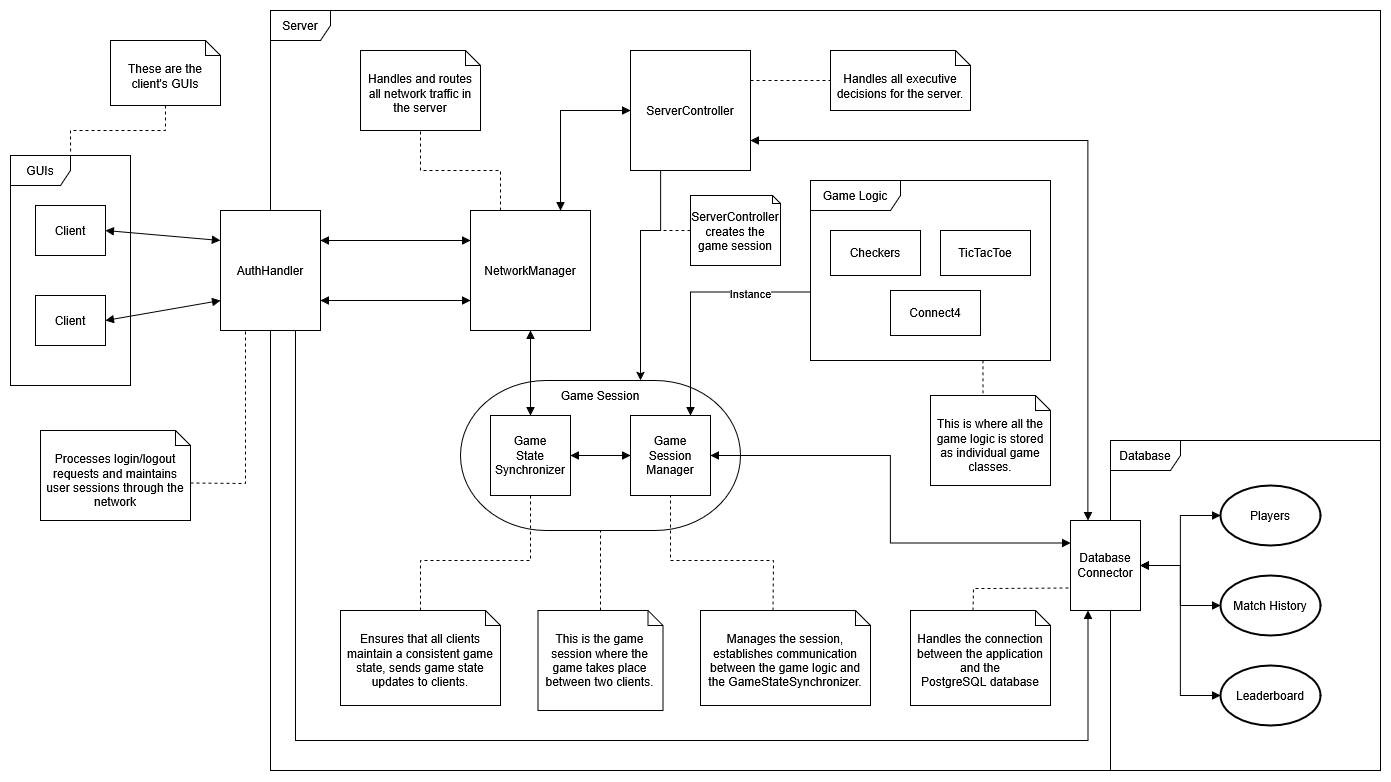
The draw.io diagram networking_documents/diagrams/networking_overview.png in illiteratewaffle/RetroArcade, before a commit. Source tidied: cells renumbered, new cells last; positions are measured from the earlier drawing's top-left corner, leaving out a move shared by most shapes.
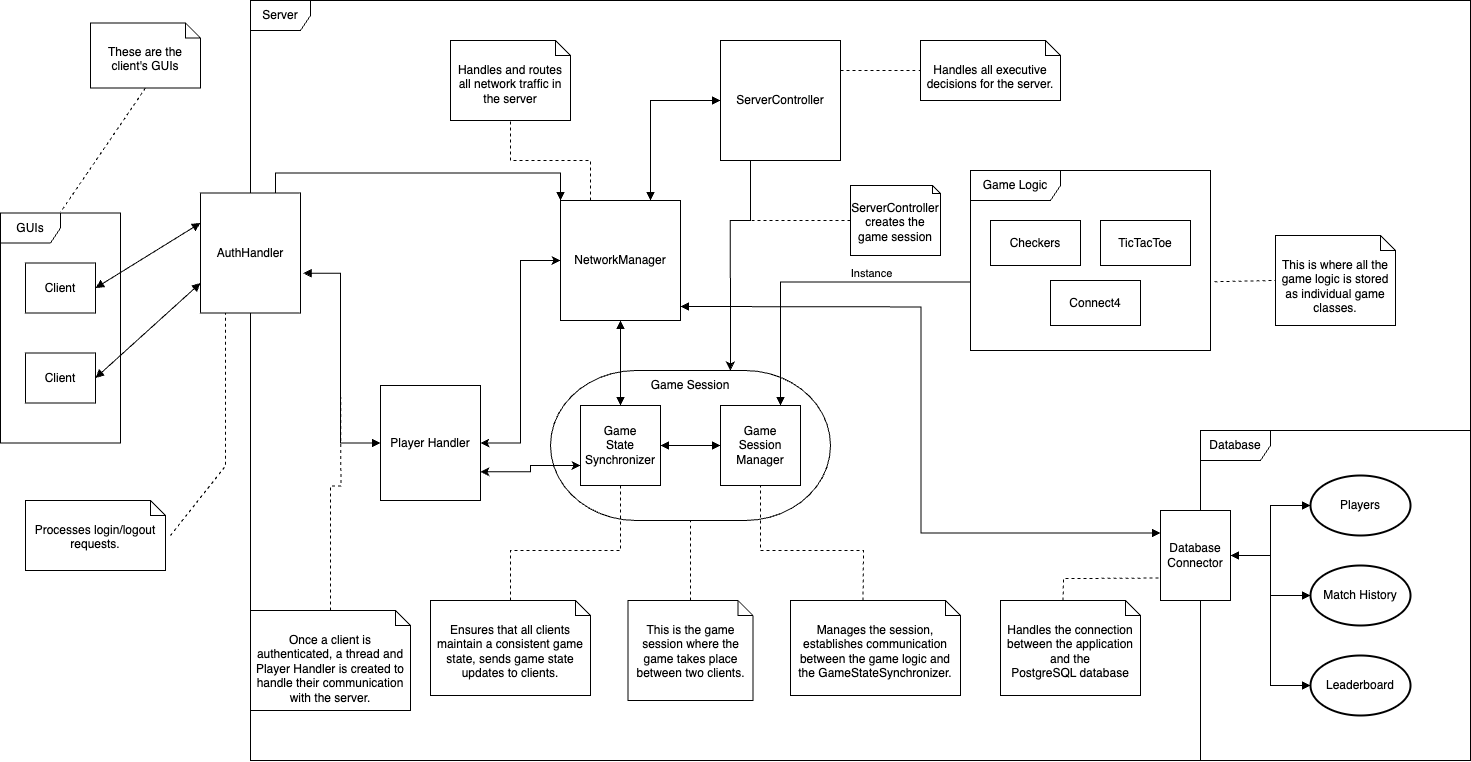
Later version of the same file.

Commit message:
Updated networking_overview based on new changes.

Change to the diagram source:
```diff
@@ -6,27 +6,22 @@
       <mxGeometry x="450" y="370" width="280" height="150" as="geometry" />
     </mxCell>
     <mxCell id="3" value="Server" style="shape=umlFrame;whiteSpace=wrap;html=1;" parent="1" vertex="1">
-      <mxGeometry x="260" width="1110" height="760" as="geometry" />
+      <mxGeometry x="150" width="1220" height="760" as="geometry" />
     </mxCell>
     <mxCell id="4" value="GUIs" style="shape=umlFrame;whiteSpace=wrap;html=1;" parent="1" vertex="1">
-      <mxGeometry y="145" width="120" height="230" as="geometry" />
+      <mxGeometry x="-100" y="212.5" width="120" height="230" as="geometry" />
     </mxCell>
     <mxCell id="5" value="Client" style="html=1;whiteSpace=wrap;" parent="1" vertex="1">
-      <mxGeometry x="25" y="195" width="70" height="50" as="geometry" />
+      <mxGeometry x="-75" y="262.5" width="70" height="50" as="geometry" />
     </mxCell>
     <mxCell id="6" value="Client" style="html=1;whiteSpace=wrap;" parent="1" vertex="1">
-      <mxGeometry x="25" y="285" width="70" height="50" as="geometry" />
+      <mxGeometry x="-75" y="352.5" width="70" height="50" as="geometry" />
     </mxCell>
-    <mxCell id="7" style="edgeStyle=orthogonalEdgeStyle;rounded=0;jettySize=auto;html=1;exitX=0.75;exitY=1;exitDx=0;exitDy=0;entryX=0.25;entryY=1;entryDx=0;entryDy=0;endArrow=block;" parent="1" edge="1" source="8" target="30">
-      <mxGeometry relative="1" as="geometry">
-        <Array as="points">
-          <mxPoint x="285" y="730" />
-          <mxPoint x="1077" y="730" />
-        </Array>
-      </mxGeometry>
+    <mxCell id="7" style="rounded=0;jettySize=auto;html=1;exitX=0.75;exitY=0;exitDx=0;exitDy=0;entryX=0;entryY=0;entryDx=0;entryDy=0;endArrow=block;edgeStyle=orthogonalEdgeStyle;" parent="1" edge="1" source="8" target="11">
+      <mxGeometry relative="1" as="geometry" />
     </mxCell>
     <mxCell id="8" value="AuthHandler" style="html=1;whiteSpace=wrap;" parent="1" vertex="1">
-      <mxGeometry x="210" y="200" width="100" height="120" as="geometry" />
+      <mxGeometry x="100" y="192.5" width="100" height="120" as="geometry" />
     </mxCell>
     <mxCell id="9" style="endArrow=block;startArrow=block;endFill=1;startFill=1;html=1;rounded=0;entryX=0;entryY=0.25;entryDx=0;entryDy=0;exitX=1;exitY=0.5;exitDx=0;exitDy=0;" parent="1" edge="1" source="5" target="8">
       <mxGeometry relative="1" as="geometry" />
@@ -37,14 +32,13 @@
     <mxCell id="11" value="NetworkManager" style="html=1;whiteSpace=wrap;" parent="1" vertex="1">
       <mxGeometry x="460" y="200" width="120" height="120" as="geometry" />
     </mxCell>
-    <mxCell id="12" style="endArrow=block;startArrow=block;endFill=1;startFill=1;html=1;rounded=0;exitX=1;exitY=0.25;exitDx=0;exitDy=0;entryX=0;entryY=0.25;entryDx=0;entryDy=0;" parent="1" edge="1" source="8" target="11">
-      <mxGeometry relative="1" as="geometry" />
-    </mxCell>
-    <mxCell id="13" style="endArrow=block;startArrow=block;endFill=1;startFill=1;html=1;rounded=0;exitX=1;exitY=0.75;exitDx=0;exitDy=0;entryX=0;entryY=0.75;entryDx=0;entryDy=0;" parent="1" edge="1" source="8" target="11">
+    <mxCell id="13" style="endArrow=block;startArrow=block;endFill=1;startFill=1;html=1;rounded=0;entryX=0;entryY=0.5;entryDx=0;entryDy=0;edgeStyle=orthogonalEdgeStyle;exitX=1.027;exitY=0.668;exitDx=0;exitDy=0;exitPerimeter=0;" parent="1" edge="1" source="8" target="60">
       <mxGeometry relative="1" as="geometry" />
     </mxCell>
-    <mxCell id="14" style="edgeStyle=orthogonalEdgeStyle;rounded=0;jettySize=auto;html=1;entryX=0.25;entryY=0;entryDx=0;entryDy=0;endArrow=block;startArrow=block;exitX=1;exitY=0.75;exitDx=0;exitDy=0;" parent="1" edge="1" source="16" target="30">
-      <mxGeometry relative="1" as="geometry" />
+    <mxCell id="14" style="rounded=0;jettySize=auto;html=1;entryX=0;entryY=0.25;entryDx=0;entryDy=0;endArrow=block;startArrow=block;edgeStyle=orthogonalEdgeStyle;" parent="1" edge="1" target="30">
+      <mxGeometry relative="1" as="geometry">
+        <mxPoint x="580" y="306" as="sourcePoint" />
+      </mxGeometry>
     </mxCell>
     <mxCell id="15" style="edgeStyle=orthogonalEdgeStyle;rounded=0;jettySize=auto;html=1;entryX=0.899;entryY=-0.002;entryDx=0;entryDy=0;entryPerimeter=0;exitX=0.25;exitY=1;exitDx=0;exitDy=0;" parent="1" edge="1" source="16" target="44">
       <mxGeometry relative="1" as="geometry">
@@ -68,19 +62,19 @@
       <mxGeometry x="480" y="405" width="80" height="80" as="geometry" />
     </mxCell>
     <mxCell id="19" value="This is where all the game logic is stored as individual game classes." style="shape=note2;boundedLbl=1;whiteSpace=wrap;html=1;size=15;verticalAlign=top;align=center;" parent="1" vertex="1">
-      <mxGeometry x="920" y="385" width="120" height="90" as="geometry" />
+      <mxGeometry x="1175" y="235" width="120" height="90" as="geometry" />
     </mxCell>
     <mxCell id="20" value="Game Logic" style="shape=umlFrame;whiteSpace=wrap;html=1;width=90;height=30;" parent="1" vertex="1">
-      <mxGeometry x="800" y="170" width="240" height="180" as="geometry" />
+      <mxGeometry x="870" y="170" width="240" height="180" as="geometry" />
     </mxCell>
     <mxCell id="21" value="Checkers" style="html=1;whiteSpace=wrap;" parent="1" vertex="1">
-      <mxGeometry x="820" y="220" width="90" height="45" as="geometry" />
+      <mxGeometry x="890" y="220" width="90" height="45" as="geometry" />
     </mxCell>
     <mxCell id="22" value="TicTacToe" style="html=1;whiteSpace=wrap;" parent="1" vertex="1">
-      <mxGeometry x="930" y="220" width="90" height="45" as="geometry" />
+      <mxGeometry x="1000" y="220" width="90" height="45" as="geometry" />
     </mxCell>
     <mxCell id="23" value="Connect4" style="html=1;whiteSpace=wrap;" parent="1" vertex="1">
-      <mxGeometry x="880" y="280" width="90" height="45" as="geometry" />
+      <mxGeometry x="950" y="280" width="90" height="45" as="geometry" />
     </mxCell>
     <mxCell id="24" style="edgeStyle=orthogonalEdgeStyle;rounded=0;jettySize=auto;html=1;entryX=0.75;entryY=0;entryDx=0;entryDy=0;endArrow=block;exitX=-0.001;exitY=0.62;exitDx=0;exitDy=0;exitPerimeter=0;" parent="1" edge="1" source="20" target="27">
       <mxGeometry relative="1" as="geometry" />
@@ -90,9 +84,6 @@
         <mxPoint x="63" y="-6" as="offset" />
       </mxGeometry>
     </mxCell>
-    <mxCell id="26" style="edgeStyle=orthogonalEdgeStyle;rounded=0;jettySize=auto;html=1;entryX=0;entryY=0.25;entryDx=0;entryDy=0;endArrow=block;startArrow=block;" parent="1" edge="1" source="27" target="30">
-      <mxGeometry relative="1" as="geometry" />
-    </mxCell>
     <mxCell id="27" value="&lt;div&gt;Game&lt;/div&gt;&lt;div&gt;Session&lt;/div&gt;&lt;div&gt;Manager&lt;/div&gt;" style="html=1;whiteSpace=wrap;" parent="1" vertex="1">
       <mxGeometry x="620" y="405" width="80" height="80" as="geometry" />
     </mxCell>
@@ -158,13 +149,14 @@
         </Array>
       </mxGeometry>
     </mxCell>
-    <mxCell id="42" value="Processes login/logout&lt;br&gt;requests and maintains user sessions through the network" style="shape=note2;boundedLbl=1;whiteSpace=wrap;html=1;size=15;verticalAlign=top;align=center;" parent="1" vertex="1">
-      <mxGeometry x="30" y="420" width="150" height="90" as="geometry" />
+    <mxCell id="42" value="Processes login/logout&lt;br&gt;requests." style="shape=note2;boundedLbl=1;whiteSpace=wrap;html=1;size=15;verticalAlign=top;align=center;" parent="1" vertex="1">
+      <mxGeometry x="-75" y="500" width="140" height="70" as="geometry" />
     </mxCell>
-    <mxCell id="43" style="endArrow=none;dashed=1;html=1;rounded=0;entryX=0.25;entryY=1;entryDx=0;entryDy=0;exitX=0;exitY=0;exitDx=150;exitDy=52.5;exitPerimeter=0;" parent="1" edge="1" source="42" target="8">
+    <mxCell id="43" style="endArrow=none;dashed=1;html=1;rounded=0;entryX=0.25;entryY=1;entryDx=0;entryDy=0;exitX=0;exitY=0;exitDx=140;exitDy=42.5;exitPerimeter=0;" parent="1" edge="1" target="8">
       <mxGeometry relative="1" as="geometry">
+        <mxPoint x="70" y="535" as="sourcePoint" />
         <Array as="points">
-          <mxPoint x="235" y="473" />
+          <mxPoint x="125" y="465.5" />
         </Array>
       </mxGeometry>
     </mxCell>
@@ -210,29 +202,39 @@
         </Array>
       </mxGeometry>
     </mxCell>
-    <mxCell id="53" style="endArrow=none;dashed=1;html=1;rounded=0;entryX=0;entryY=0;entryDx=52.5;entryDy=0;entryPerimeter=0;exitX=0.802;exitY=0.999;exitDx=0;exitDy=0;exitPerimeter=0;" parent="1" edge="1" target="19">
-      <mxGeometry relative="1" as="geometry">
-        <mxPoint x="972.5" y="349.8" as="sourcePoint" />
-      </mxGeometry>
+    <mxCell id="53" style="endArrow=none;dashed=1;html=1;rounded=0;entryX=0;entryY=0.5;entryDx=0;entryDy=0;entryPerimeter=0;exitX=1.017;exitY=0.618;exitDx=0;exitDy=0;exitPerimeter=0;" parent="1" edge="1" source="20" target="19">
+      <mxGeometry relative="1" as="geometry" />
     </mxCell>
     <mxCell id="54" value="These are the client's GUIs" style="shape=note2;boundedLbl=1;whiteSpace=wrap;html=1;size=15;verticalAlign=top;align=center;" parent="1" vertex="1">
-      <mxGeometry x="100" y="30" width="110" height="65" as="geometry" />
+      <mxGeometry x="-10" y="22.5" width="110" height="65" as="geometry" />
     </mxCell>
     <mxCell id="55" style="endArrow=none;dashed=1;html=1;rounded=0;exitX=0.5;exitY=1;exitDx=0;exitDy=0;exitPerimeter=0;entryX=0.501;entryY=-0.004;entryDx=0;entryDy=0;entryPerimeter=0;" parent="1" edge="1" source="54" target="4">
-      <mxGeometry relative="1" as="geometry">
-        <Array as="points">
-          <mxPoint x="155" y="120" />
-          <mxPoint x="60" y="120" />
-        </Array>
-      </mxGeometry>
+      <mxGeometry relative="1" as="geometry" />
     </mxCell>
     <mxCell id="56" value="ServerController creates the game session" style="shape=note2;boundedLbl=1;whiteSpace=wrap;html=1;size=8;verticalAlign=top;align=center;" parent="1" vertex="1">
-      <mxGeometry x="680" y="185" width="90" height="70" as="geometry" />
+      <mxGeometry x="750" y="185" width="90" height="70" as="geometry" />
     </mxCell>
     <mxCell id="57" style="endArrow=none;dashed=1;html=1;rounded=0;exitX=0;exitY=0.5;exitDx=0;exitDy=0;exitPerimeter=0;" parent="1" edge="1" source="56">
       <mxGeometry relative="1" as="geometry">
         <mxPoint x="650" y="220" as="targetPoint" />
       </mxGeometry>
     </mxCell>
+    <mxCell id="58" style="rounded=0;jettySize=auto;html=1;exitX=1;exitY=0.5;exitDx=0;exitDy=0;entryX=0;entryY=0.5;entryDx=0;entryDy=0;startArrow=classic;startFill=1;edgeStyle=orthogonalEdgeStyle;" parent="1" edge="1" source="60" target="11">
+      <mxGeometry relative="1" as="geometry" />
+    </mxCell>
+    <mxCell id="59" style="edgeStyle=orthogonalEdgeStyle;rounded=0;jettySize=auto;html=1;exitX=1;exitY=0.75;exitDx=0;exitDy=0;entryX=0;entryY=0.75;entryDx=0;entryDy=0;startArrow=classic;startFill=1;" parent="1" edge="1" source="60" target="18">
+      <mxGeometry relative="1" as="geometry" />
+    </mxCell>
+    <mxCell id="60" value="Player Handler" style="html=1;whiteSpace=wrap;" parent="1" vertex="1">
+      <mxGeometry x="280" y="385" width="100" height="115" as="geometry" />
+    </mxCell>
+    <mxCell id="61" style="endArrow=none;dashed=1;html=1;rounded=0;exitX=0.5;exitY=0;exitDx=0;exitDy=0;exitPerimeter=0;edgeStyle=orthogonalEdgeStyle;" parent="1" edge="1" source="62">
+      <mxGeometry relative="1" as="geometry">
+        <mxPoint x="240" y="360" as="targetPoint" />
+      </mxGeometry>
+    </mxCell>
+    <mxCell id="62" value="Once a client is authenticated, a thread and Player Handler is created to handle their communication with the server." style="shape=note2;boundedLbl=1;whiteSpace=wrap;html=1;size=15;verticalAlign=top;align=center;" parent="1" vertex="1">
+      <mxGeometry x="150" y="610" width="160" height="100" as="geometry" />
+    </mxCell>
   </root>
 </mxGraphModel>
```
